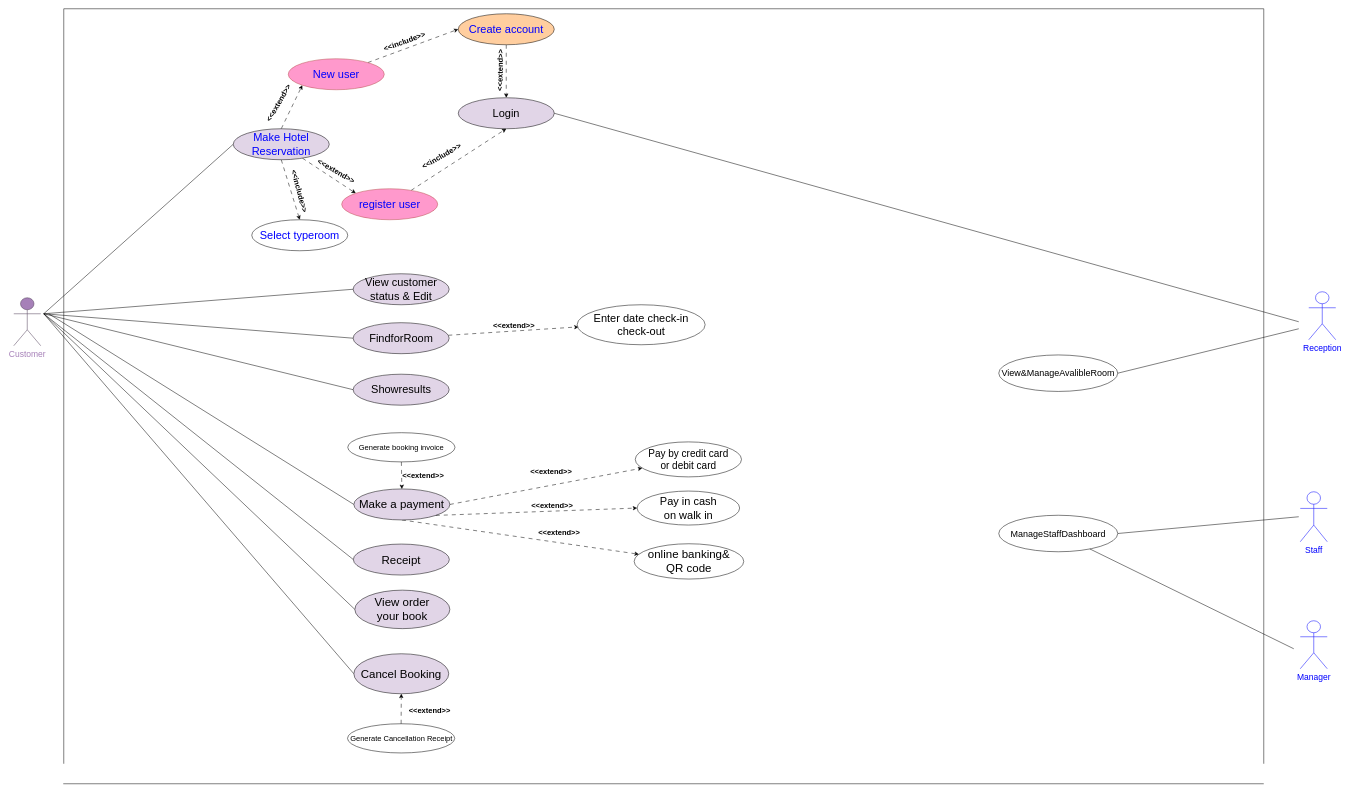
Before: usecase1.drawio in Yaya25aom/bookhotel, a draw.io diagram. Source tidied: cells renumbered, new cells numbered last; positions are measured from the earlier drawing's top-left corner, leaving out a move shared by most shapes. Both pictures are drawn from the tidied source at 50%, with x=0, y=0 at pixel (14, 8).
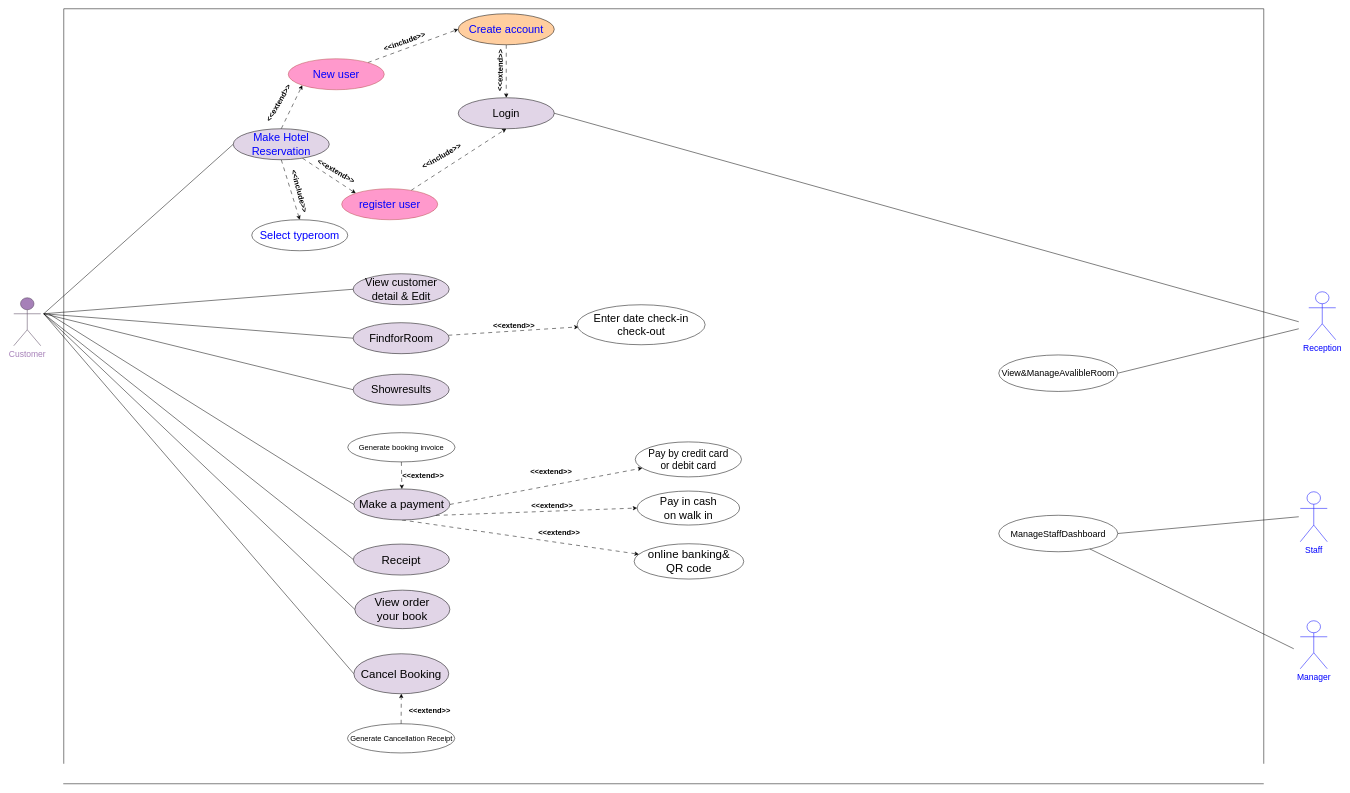
The same diagram, later.

The edit, as a diff of the source:
```diff
@@
-    <mxCell id="59" value="&lt;font style=&quot;font-size: 22px;&quot;&gt;View customer status &amp;amp; Edit&lt;/font&gt;" style="ellipse;whiteSpace=wrap;html=1;fillColor=#E1D5E7;" parent="1" vertex="1">
+    <mxCell id="59" value="&lt;font style=&quot;font-size: 22px;&quot;&gt;View customer detail &amp;amp; Edit&lt;/font&gt;" style="ellipse;whiteSpace=wrap;html=1;fillColor=#E1D5E7;" parent="1" vertex="1">
       <mxGeometry x="678.8" y="530" width="192" height="62" as="geometry" />
     </mxCell>
```
